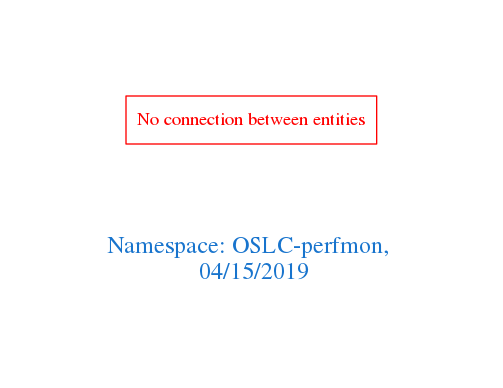
Above: downloads/OSLC-perfmon.png in arago/OGIT (Graphviz), before the change. Its source is kept beside it as downloads/OSLC-perfmon.dot.
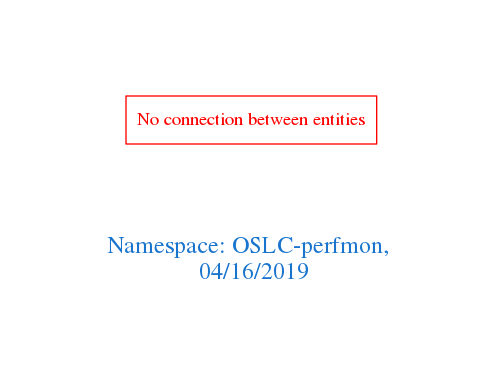
Above is the later version.

What changed in the source:
```diff
@@ -1,7 +1,7 @@
 digraph OGIT_ontology {
  graph [ rankdir= LR,pad=1
 fontsize = 18,
-fontcolor= dodgerblue3,label = "\n\n\nNamespace: OSLC-perfmon, \n 04/15/2019"];
+fontcolor= dodgerblue3,label = "\n\n\nNamespace: OSLC-perfmon, \n 04/16/2019"];
 node[shape=polygon];
 edge [  color="gray81"];
 
```
